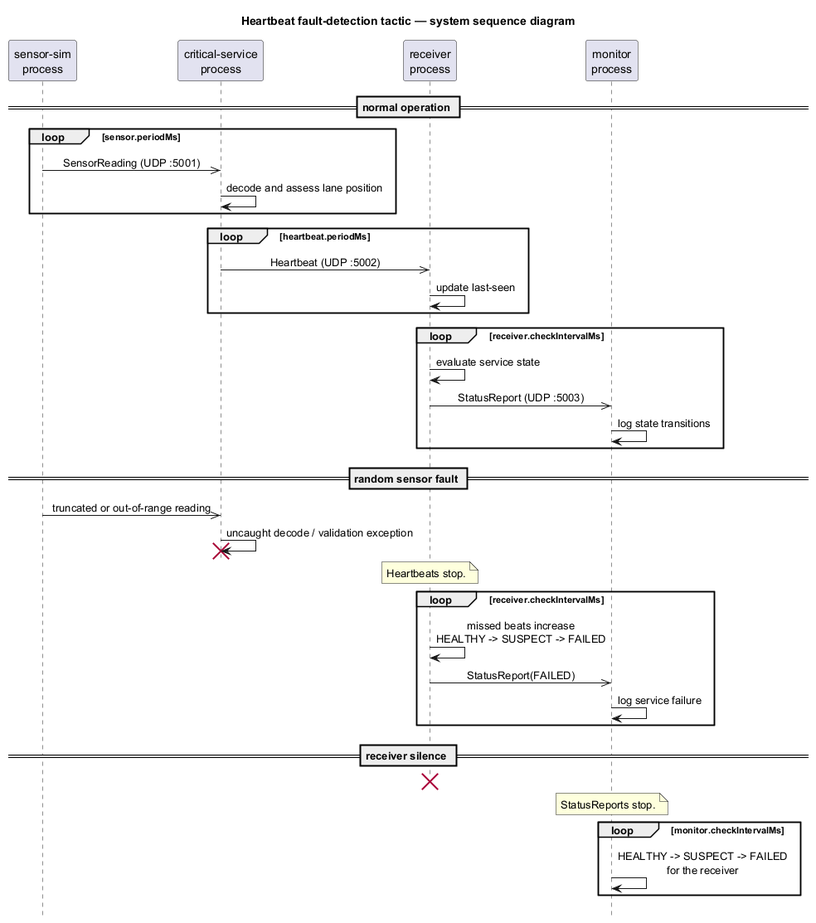
This is uml/system/system-sequence.png from kobster68/tactic-implementation, a PlantUML export, as it was before one commit.
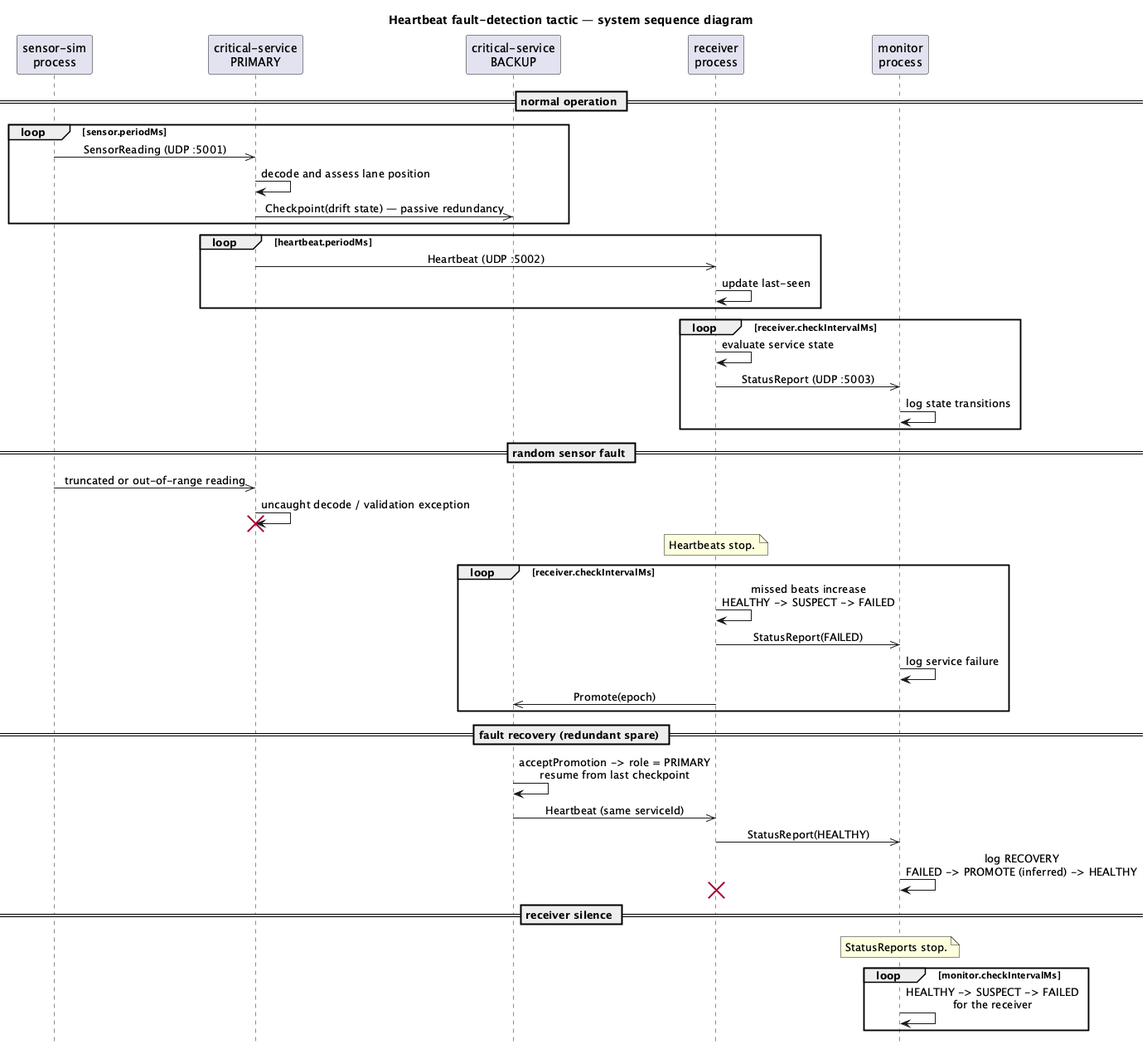
After the change.

Diff of the diagram source:
```diff
@@ -6,7 +6,8 @@
 hide footbox
 
 participant "sensor-sim\nprocess" as SIM
-participant "critical-service\nprocess" as SVC
+participant "critical-service\nPRIMARY" as SVC
+participant "critical-service\nBACKUP" as B
 participant "receiver\nprocess" as RX
 participant "monitor\nprocess" as MON
 
@@ -14,6 +15,7 @@
 loop sensor.periodMs
   SIM ->> SVC : SensorReading (UDP :5001)
   SVC -> SVC : decode and assess lane position
+  SVC ->> B : Checkpoint(drift state) — passive redundancy
 end
 
 loop heartbeat.periodMs
@@ -38,7 +40,14 @@
   RX -> RX : missed beats increase\nHEALTHY -> SUSPECT -> FAILED
   RX ->> MON : StatusReport(FAILED)
   MON -> MON : log service failure
+  RX ->> B : Promote(epoch)
 end
+
+== fault recovery (redundant spare) ==
+B -> B : acceptPromotion -> role = PRIMARY\nresume from last checkpoint
+B ->> RX : Heartbeat (same serviceId)
+RX ->> MON : StatusReport(HEALTHY)
+MON -> MON : log RECOVERY\nFAILED -> PROMOTE (inferred) -> HEALTHY
 
 == receiver silence ==
 destroy RX
```
